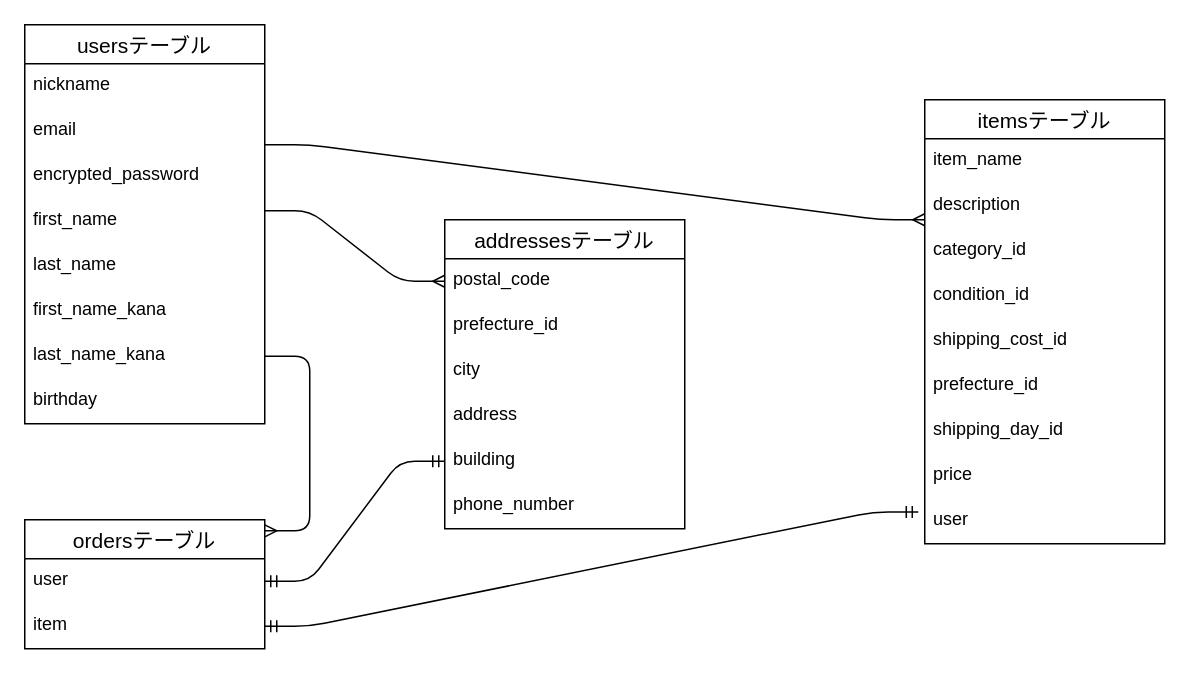
This is ER.dio from jing929/furima-40599, a draw.io file, before an edit. Source tidied: cells renumbered, new cells numbered last; positions are measured from the earlier drawing's top-left corner, leaving out a move shared by most shapes. Both pictures are drawn from the tidied source at 150%, with x=0, y=0 at pixel (24, 24).
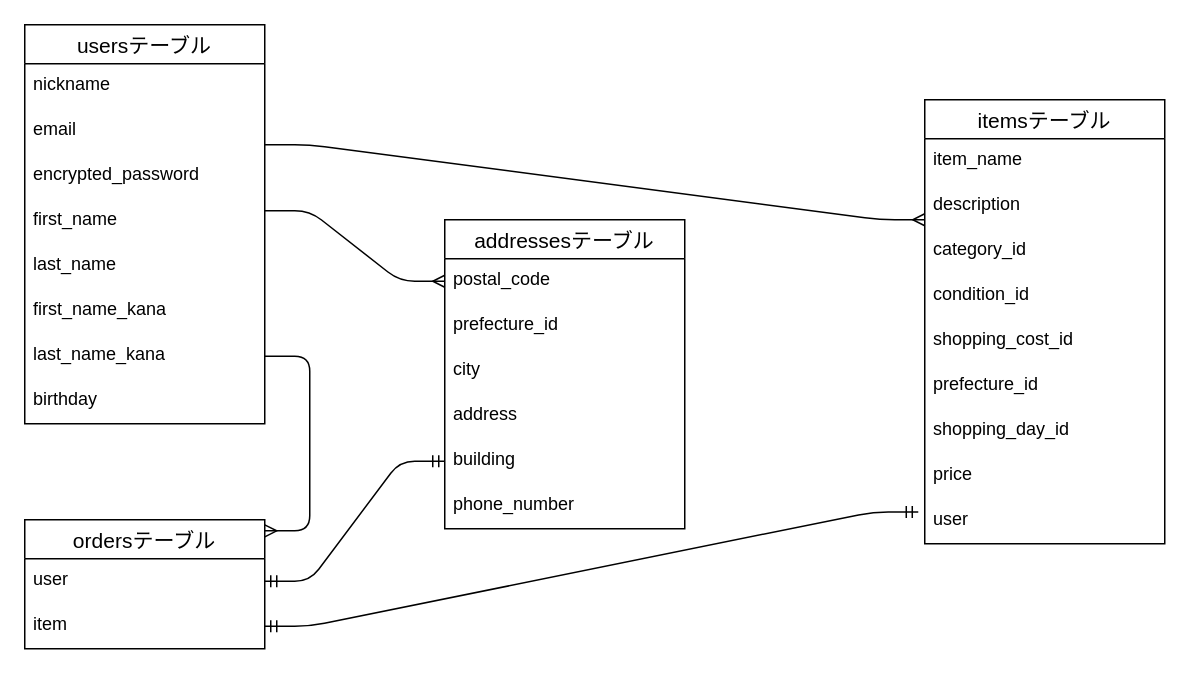
The same page after the edit.

Unchanged cells that the change refers to:
```xml
<mxCell id="11" value="itemsテーブル" style="swimlane;fontStyle=0;horizontal=1;startSize=26;align=center;fontSize=14;labelBackgroundColor=none;fillColor=default;" parent="1" vertex="1">
  <mxGeometry x="600" y="50" width="160" height="296" as="geometry" />
</mxCell>
```

Change to the diagram source:
```diff
@@
-    <mxCell id="16" value="shipping_cost_id" style="text;strokeColor=none;fillColor=none;spacingLeft=4;spacingRight=4;overflow=hidden;fontSize=12;labelBackgroundColor=none;" parent="11" vertex="1">
+    <mxCell id="16" value="shopping_cost_id" style="text;strokeColor=none;fillColor=none;spacingLeft=4;spacingRight=4;overflow=hidden;fontSize=12;labelBackgroundColor=none;" parent="11" vertex="1">
       <mxGeometry y="146" width="160" height="30" as="geometry" />
     </mxCell>
@@
-    <mxCell id="18" value="shipping_day_id" style="text;strokeColor=none;fillColor=none;spacingLeft=4;spacingRight=4;overflow=hidden;fontSize=12;labelBackgroundColor=none;" parent="11" vertex="1">
+    <mxCell id="18" value="shopping_day_id" style="text;strokeColor=none;fillColor=none;spacingLeft=4;spacingRight=4;overflow=hidden;fontSize=12;labelBackgroundColor=none;" parent="11" vertex="1">
       <mxGeometry y="206" width="160" height="30" as="geometry" />
     </mxCell>
```
